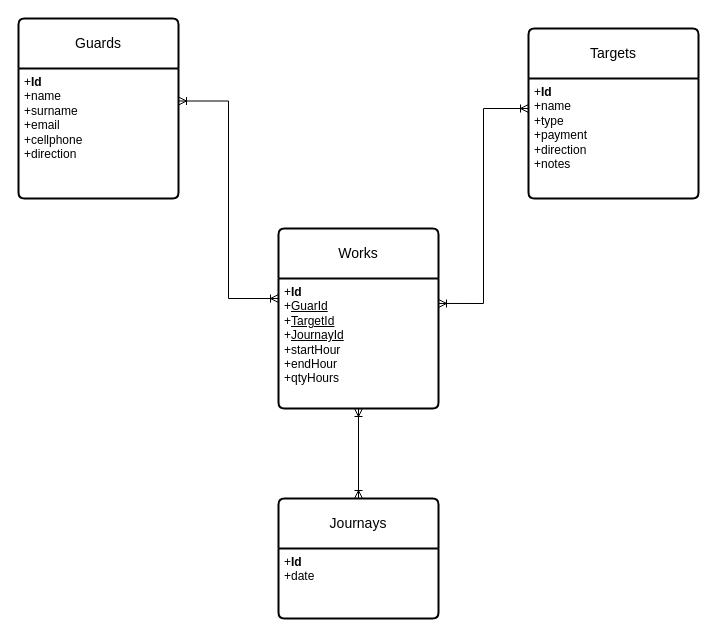
Before: documentations/concept_diagram_bd_v2.drawio in diegorus92/Backend-GuardsEarnings, a draw.io diagram. Source tidied: cells renumbered, new cells numbered last; positions are measured from the earlier drawing's top-left corner, leaving out a move shared by most shapes. Both pictures are drawn from the tidied source at 100%, with x=0, y=0 at pixel (18, 18).
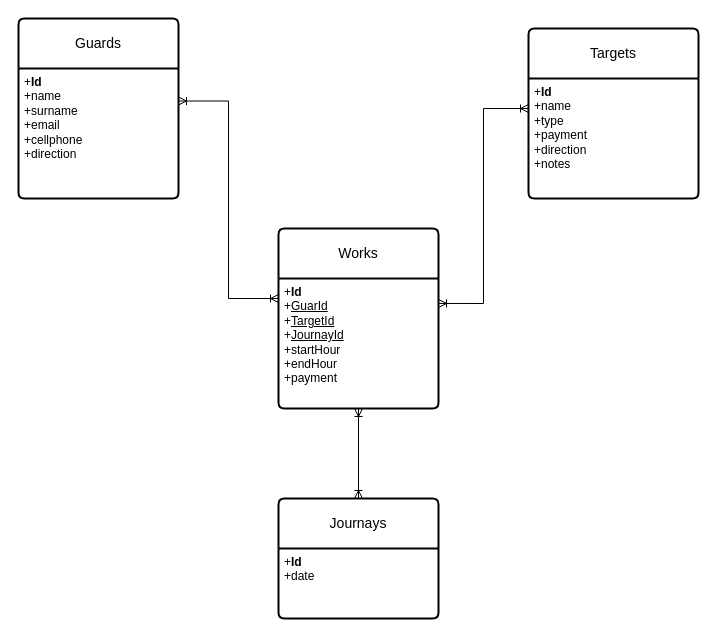
The same diagram, later.

What changed in the source:
```diff
@@
 <mxGraphModel>
   <root>
     <mxCell id="0" />
     <mxCell id="1" parent="0" />
     <mxCell id="2" value="Guards" style="swimlane;horizontal=1;startSize=50;rounded=1;fontSize=14;fontStyle=0;strokeWidth=2;shadow=0;dashed=0;align=center;arcSize=4;whiteSpace=wrap;html=1;" parent="1" vertex="1">
       <mxGeometry width="160" height="180" as="geometry" />
     </mxCell>
     <mxCell id="3" value="+&lt;b&gt;Id&lt;/b&gt;&lt;br&gt;+name&lt;br&gt;+surname&lt;br&gt;+email&lt;br&gt;+cellphone&lt;br&gt;+direction" style="align=left;strokeColor=none;fillColor=none;spacingLeft=4;fontSize=12;verticalAlign=top;html=1;" parent="2" vertex="1">
       <mxGeometry y="50" width="160" height="130" as="geometry" />
     </mxCell>
     <mxCell id="4" value="Targets" style="swimlane;horizontal=1;startSize=50;rounded=1;fontSize=14;fontStyle=0;strokeWidth=2;shadow=0;dashed=0;align=center;arcSize=4;whiteSpace=wrap;html=1;" parent="1" vertex="1">
       <mxGeometry x="510" y="10" width="170" height="170" as="geometry" />
     </mxCell>
     <mxCell id="5" value="+&lt;b&gt;Id&lt;/b&gt;&lt;br&gt;+name&lt;br&gt;+type&lt;br&gt;+payment&lt;br&gt;+direction&lt;br&gt;+notes" style="align=left;strokeColor=none;fillColor=none;spacingLeft=4;fontSize=12;verticalAlign=top;html=1;" parent="4" vertex="1">
       <mxGeometry y="50" width="170" height="120" as="geometry" />
     </mxCell>
     <mxCell id="6" style="edgeStyle=orthogonalEdgeStyle;rounded=0;jettySize=auto;html=1;exitX=0.5;exitY=0;exitDx=0;exitDy=0;entryX=0.5;entryY=1;entryDx=0;entryDy=0;endArrow=ERoneToMany;endFill=0;startArrow=ERoneToMany;startFill=0;" parent="1" edge="1" source="7" target="10">
       <mxGeometry relative="1" as="geometry" />
     </mxCell>
     <mxCell id="7" value="Journays" style="swimlane;horizontal=1;startSize=50;rounded=1;fontSize=14;fontStyle=0;strokeWidth=2;shadow=0;dashed=0;align=center;arcSize=4;whiteSpace=wrap;html=1;" parent="1" vertex="1">
       <mxGeometry x="260" y="480" width="160" height="120" as="geometry" />
     </mxCell>
     <mxCell id="8" value="+&lt;b&gt;Id&lt;/b&gt;&lt;br&gt;+date" style="align=left;strokeColor=none;fillColor=none;spacingLeft=4;fontSize=12;verticalAlign=top;html=1;" parent="7" vertex="1">
       <mxGeometry y="50" width="160" height="70" as="geometry" />
     </mxCell>
     <mxCell id="9" value="Works" style="swimlane;horizontal=1;startSize=50;rounded=1;fontSize=14;fontStyle=0;strokeWidth=2;shadow=0;dashed=0;align=center;arcSize=4;whiteSpace=wrap;html=1;" parent="1" vertex="1">
       <mxGeometry x="260" y="210" width="160" height="180" as="geometry" />
     </mxCell>
-    <mxCell id="10" value="+&lt;b&gt;Id&lt;/b&gt;&lt;br&gt;+&lt;u&gt;GuarId&lt;/u&gt;&lt;br&gt;+&lt;u&gt;TargetId&lt;/u&gt;&lt;br&gt;+&lt;u&gt;JournayId&lt;br&gt;&lt;/u&gt;+startHour&lt;br&gt;+endHour&lt;br&gt;+qtyHours&lt;br&gt;" style="align=left;strokeColor=none;fillColor=none;spacingLeft=4;fontSize=12;verticalAlign=top;html=1;" parent="9" vertex="1">
+    <mxCell id="10" value="+&lt;b&gt;Id&lt;/b&gt;&lt;br&gt;+&lt;u&gt;GuarId&lt;/u&gt;&lt;br&gt;+&lt;u&gt;TargetId&lt;/u&gt;&lt;br&gt;+&lt;u&gt;JournayId&lt;br&gt;&lt;/u&gt;+startHour&lt;br&gt;+endHour&lt;br&gt;+payment" style="align=left;strokeColor=none;fillColor=none;spacingLeft=4;fontSize=12;verticalAlign=top;html=1;" parent="9" vertex="1">
       <mxGeometry y="50" width="160" height="130" as="geometry" />
     </mxCell>
     <mxCell id="11" style="edgeStyle=orthogonalEdgeStyle;rounded=0;jettySize=auto;html=1;exitX=1;exitY=0.25;exitDx=0;exitDy=0;entryX=0;entryY=0.154;entryDx=0;entryDy=0;entryPerimeter=0;endArrow=ERoneToMany;endFill=0;startArrow=ERoneToMany;startFill=0;" parent="1" edge="1" source="3" target="10">
       <mxGeometry relative="1" as="geometry" />
     </mxCell>
     <mxCell id="12" style="edgeStyle=orthogonalEdgeStyle;rounded=0;jettySize=auto;html=1;exitX=0;exitY=0.25;exitDx=0;exitDy=0;entryX=1;entryY=0.192;entryDx=0;entryDy=0;entryPerimeter=0;endArrow=ERoneToMany;endFill=0;startArrow=ERoneToMany;startFill=0;" parent="1" edge="1" source="5" target="10">
       <mxGeometry relative="1" as="geometry" />
     </mxCell>
   </root>
 </mxGraphModel>
```
